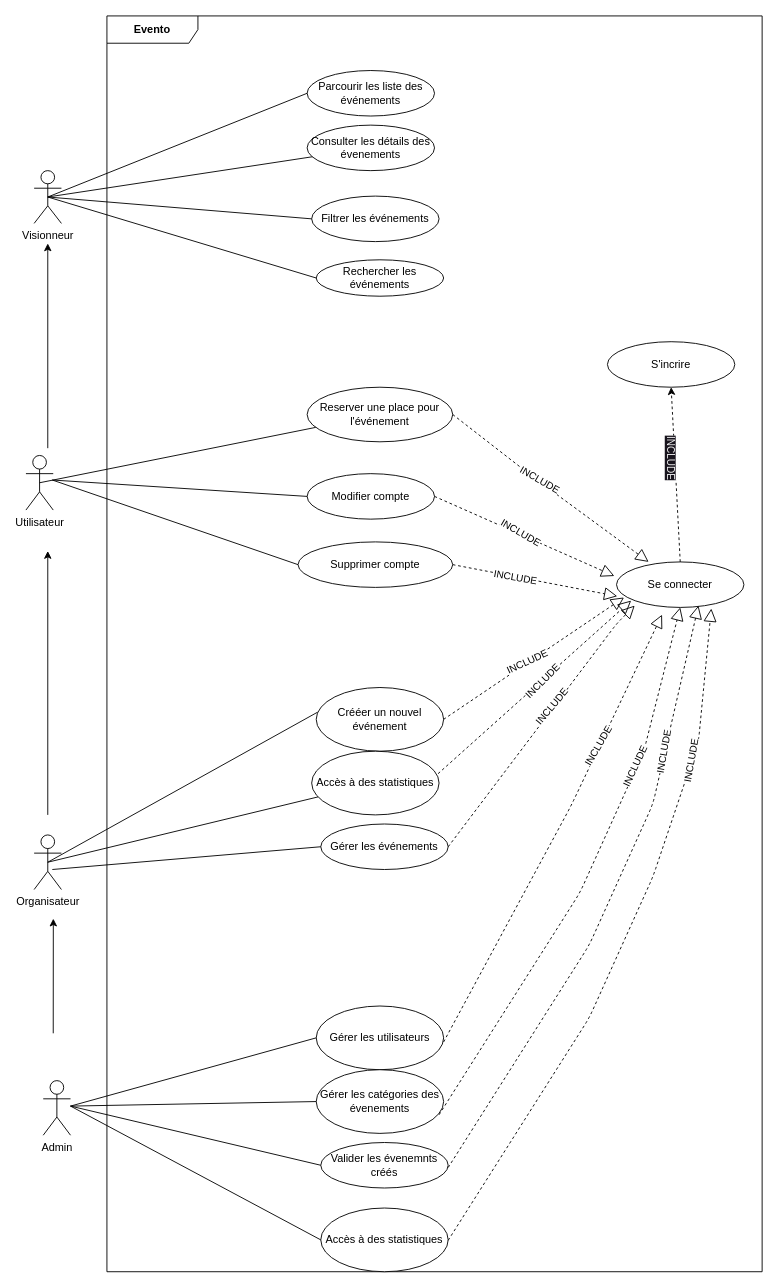
Earlier version of the draw.io diagram evento_sc/UML/use_case.drawio (adnaneoth/evento_two). Source tidied: cells renumbered, new cells numbered last; positions are measured from the earlier drawing's top-left corner, leaving out a move shared by most shapes. Both pictures are drawn from the tidied source at 91%, with x=0, y=0 at pixel (25, 15).
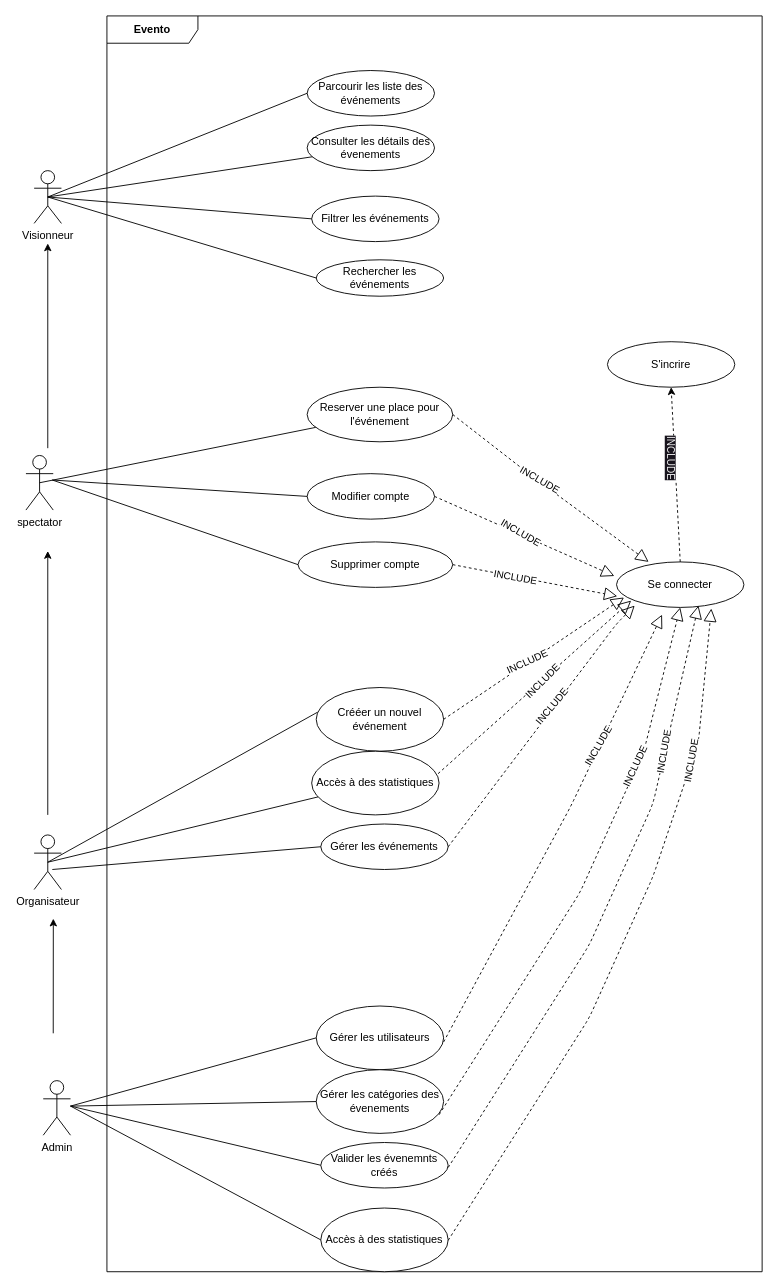
The same page after the edit.

The edit, as a diff of the source:
```diff
@@
-    <mxCell id="10" value="Utilisateur" style="shape=umlActor;verticalLabelPosition=bottom;verticalAlign=top;html=1;" parent="1" vertex="1">
+    <mxCell id="10" value="spectator" style="shape=umlActor;verticalLabelPosition=bottom;verticalAlign=top;html=1;" parent="1" vertex="1">
       <mxGeometry y="483" width="30" height="60" as="geometry" />
     </mxCell>
```
